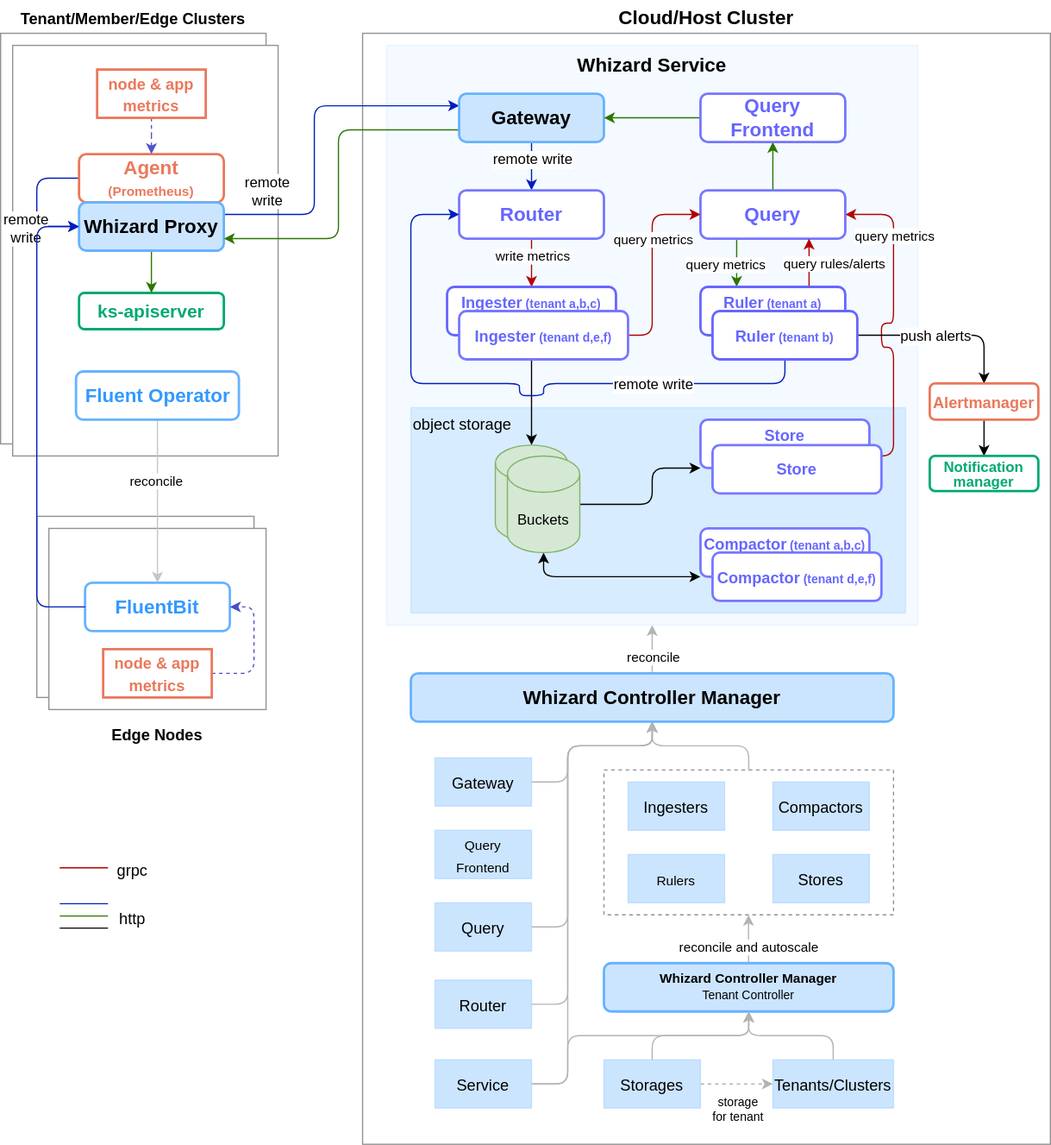
Earlier version of the draw.io export docs/images/whizard.svg (WizTelemetry/whizard). Source tidied: cells renumbered, new cells last; positions are measured from the earlier drawing's top-left corner, leaving out a move shared by most shapes.
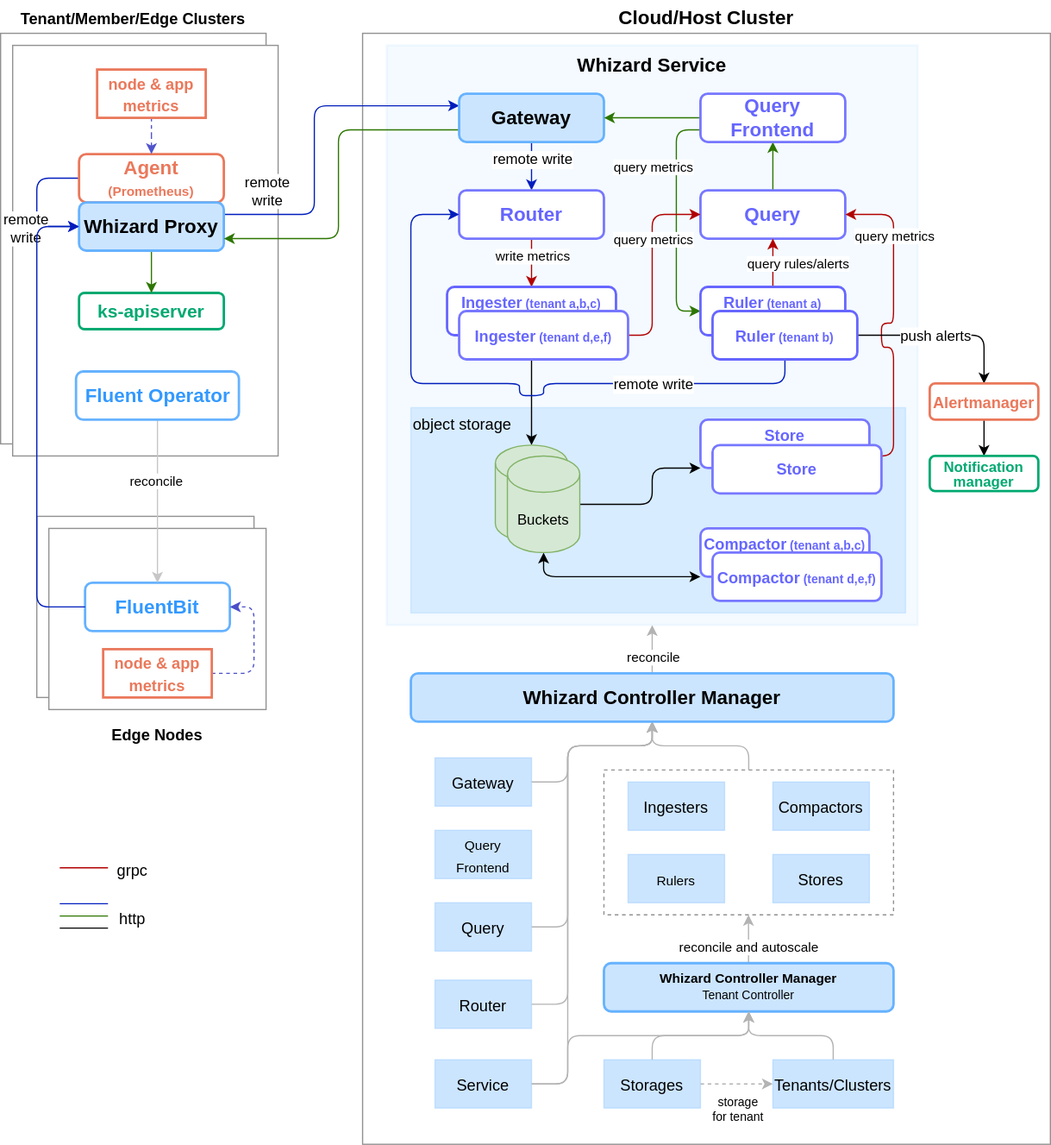
Above is the later version.

Diff of the diagram source:
```diff
@@ -101,12 +101,17 @@
     <mxCell id="26" style="edgeStyle=orthogonalEdgeStyle;html=1;strokeColor=#2D7600;" parent="1" edge="1" source="29" target="31">
       <mxGeometry relative="1" as="geometry" />
     </mxCell>
-    <mxCell id="27" style="edgeStyle=orthogonalEdgeStyle;html=1;entryX=0.25;entryY=0;entryDx=0;entryDy=0;startArrow=none;startFill=0;strokeColor=#2D7600;elbow=vertical;exitX=0.25;exitY=1;exitDx=0;exitDy=0;" parent="1" edge="1" source="29" target="46">
-      <mxGeometry relative="1" as="geometry" />
+    <mxCell id="27" style="edgeStyle=orthogonalEdgeStyle;html=1;entryX=0;entryY=0.5;entryDx=0;entryDy=0;startArrow=none;startFill=0;strokeColor=#2D7600;elbow=vertical;exitX=0;exitY=0.75;exitDx=0;exitDy=0;" parent="1" edge="1" source="31" target="46">
+      <mxGeometry relative="1" as="geometry">
+        <Array as="points">
+          <mxPoint x="560" y="80" />
+          <mxPoint x="560" y="230" />
+        </Array>
+      </mxGeometry>
     </mxCell>
     <mxCell id="28" value="query metrics" style="edgeLabel;html=1;align=center;verticalAlign=middle;fontSize=11;" parent="27" vertex="1">
       <mxGeometry x="-0.37" relative="1" as="geometry">
-        <mxPoint x="-10" y="8" as="offset" />
+        <mxPoint x="-20" y="-10" as="offset" />
       </mxGeometry>
     </mxCell>
     <mxCell id="29" value="&lt;span style=&quot;font-size: 16px&quot;&gt;&lt;b&gt;Query&lt;/b&gt;&lt;/span&gt;" style="rounded=1;whiteSpace=wrap;html=1;fontSize=15;strokeWidth=2;fillColor=default;gradientColor=none;gradientDirection=east;strokeColor=#7777FF;fontColor=#6666FF;" parent="1" vertex="1">
@@ -171,7 +176,7 @@
     <mxCell id="43" value="&lt;b style=&quot;line-height: 1&quot;&gt;&lt;font style=&quot;font-size: 13px&quot;&gt;Compactor&lt;/font&gt;&lt;/b&gt;&lt;b style=&quot;font-size: 10px ; line-height: 1&quot;&gt; (tenant d,e,f)&lt;/b&gt;" style="rounded=1;whiteSpace=wrap;html=1;fontSize=15;strokeWidth=2;fillColor=default;gradientColor=none;gradientDirection=east;strokeColor=#7777FF;fontColor=#6666FF;" parent="1" vertex="1">
       <mxGeometry x="590" y="430" width="140" height="40" as="geometry" />
     </mxCell>
-    <mxCell id="44" style="edgeStyle=orthogonalEdgeStyle;html=1;entryX=0.75;entryY=1;entryDx=0;entryDy=0;startArrow=none;startFill=0;strokeColor=#B20000;elbow=vertical;exitX=0.75;exitY=0;exitDx=0;exitDy=0;" parent="1" edge="1" source="46" target="29">
+    <mxCell id="44" style="edgeStyle=orthogonalEdgeStyle;html=1;entryX=0.5;entryY=1;entryDx=0;entryDy=0;startArrow=none;startFill=0;strokeColor=#B20000;elbow=vertical;exitX=0.5;exitY=0;exitDx=0;exitDy=0;" parent="1" edge="1" source="46" target="29">
       <mxGeometry relative="1" as="geometry" />
     </mxCell>
     <mxCell id="45" value="&lt;font style=&quot;font-size: 11px;&quot;&gt;query rules/alerts&lt;/font&gt;" style="edgeLabel;html=1;align=center;verticalAlign=middle;fontSize=11;" parent="44" vertex="1">
```
